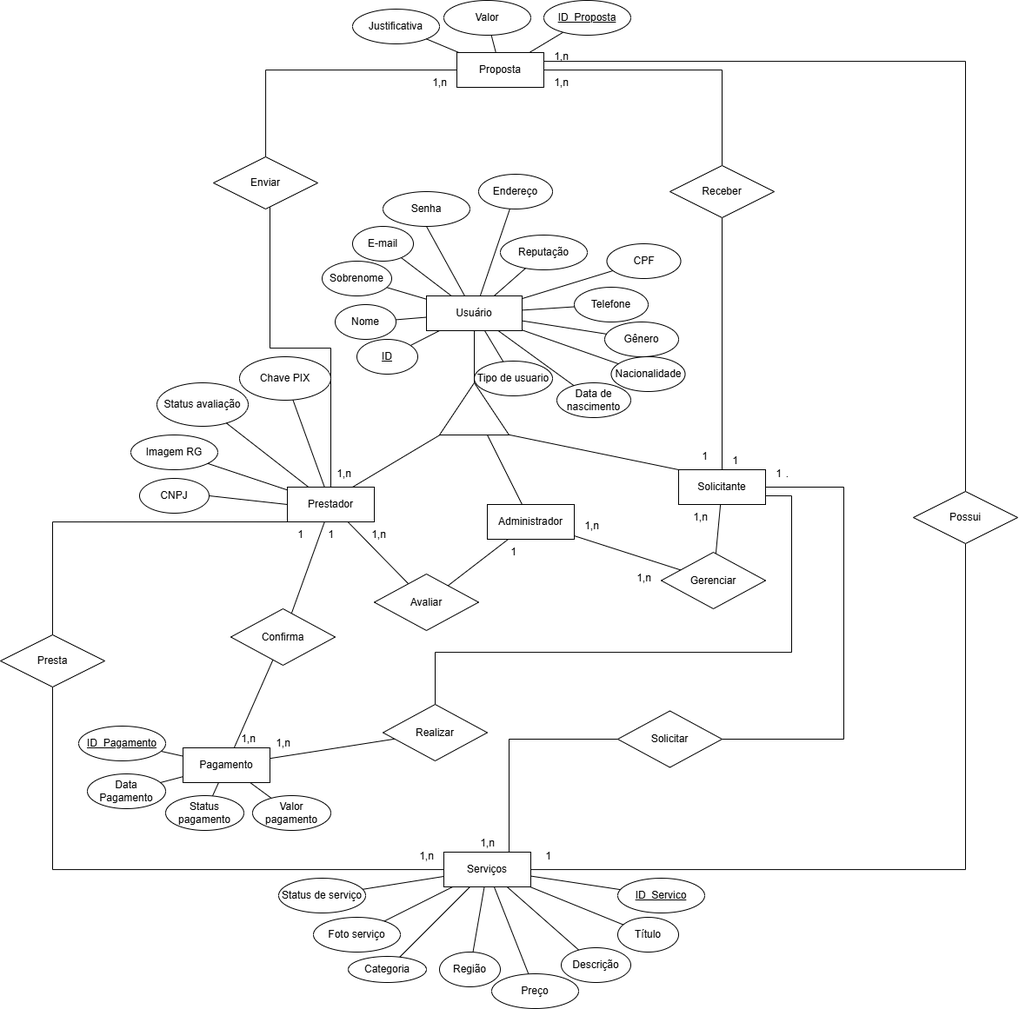
This is DOCUMENTACAO/Banco_de_dados/BD_Chamuze_Conceitual.drawio.png from ChamuZe/ChamuZe, a draw.io export, as it was before one commit. Source tidied: cells renumbered, new cells last; positions are measured from the earlier drawing's top-left corner, leaving out a move shared by most shapes.
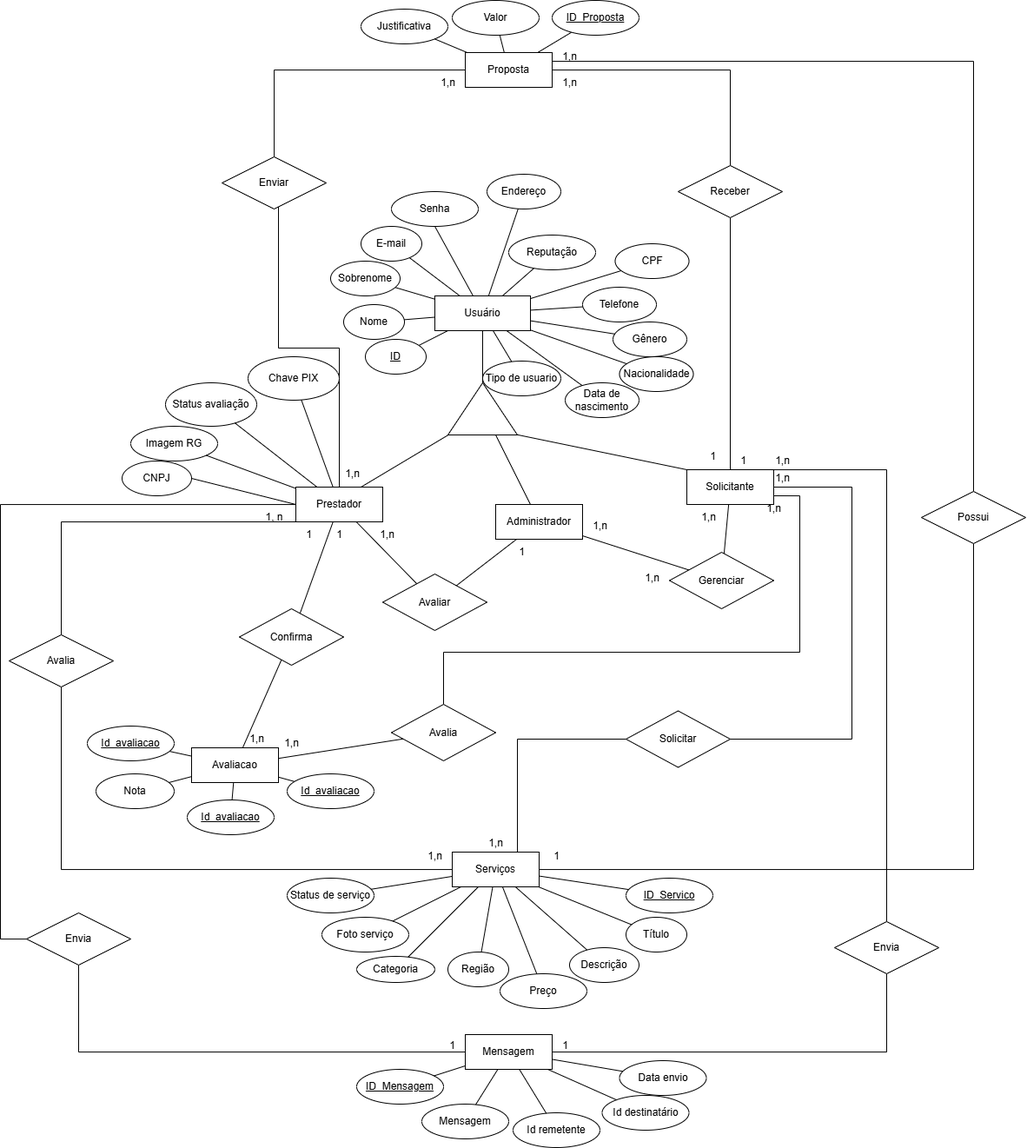
After the change.

Commit message:
- Corrigido erro no envio do cadastro de solicitante.

Diff of the diagram source:
```diff
@@ -57,17 +57,26 @@
         </Array>
       </mxGeometry>
     </mxCell>
+    <mxCell id="125" style="edgeStyle=orthogonalEdgeStyle;rounded=0;jettySize=auto;html=1;endArrow=none;startFill=0;" parent="1" edge="1" source="19" target="131">
+      <mxGeometry relative="1" as="geometry">
+        <Array as="points">
+          <mxPoint x="-10" y="580" />
+          <mxPoint x="-10" y="1080" />
+          <mxPoint x="80" y="1080" />
+        </Array>
+      </mxGeometry>
+    </mxCell>
     <mxCell id="19" value="Prestador" style="whiteSpace=wrap;html=1;align=center;rounded=0;" parent="1" vertex="1">
       <mxGeometry x="330" y="560" width="100" height="40" as="geometry" />
     </mxCell>
     <mxCell id="20" value="CNPJ" style="ellipse;whiteSpace=wrap;html=1;align=center;rounded=0;" parent="1" vertex="1">
-      <mxGeometry x="160" y="550" width="80" height="40" as="geometry" />
+      <mxGeometry x="130" y="530" width="80" height="40" as="geometry" />
     </mxCell>
     <mxCell id="21" value="Senha" style="ellipse;whiteSpace=wrap;html=1;align=center;rounded=0;" parent="1" vertex="1">
       <mxGeometry x="440" y="220" width="100" height="40" as="geometry" />
     </mxCell>
     <mxCell id="22" value="Imagem RG" style="ellipse;whiteSpace=wrap;html=1;align=center;rounded=0;" parent="1" vertex="1">
-      <mxGeometry x="150" y="500" width="100" height="40" as="geometry" />
+      <mxGeometry x="140" y="490" width="100" height="40" as="geometry" />
     </mxCell>
     <mxCell id="23" value="Nome" style="ellipse;whiteSpace=wrap;html=1;rounded=0;" parent="1" vertex="1">
       <mxGeometry x="385" y="350" width="70" height="40" as="geometry" />
@@ -96,6 +105,13 @@
         </Array>
       </mxGeometry>
     </mxCell>
+    <mxCell id="126" style="edgeStyle=orthogonalEdgeStyle;rounded=0;jettySize=auto;html=1;endArrow=none;startFill=0;" parent="1" edge="1" source="30" target="133">
+      <mxGeometry relative="1" as="geometry">
+        <Array as="points">
+          <mxPoint x="1010" y="540" />
+        </Array>
+      </mxGeometry>
+    </mxCell>
     <mxCell id="30" value="Solicitante" style="whiteSpace=wrap;html=1;align=center;rounded=0;" parent="1" vertex="1">
       <mxGeometry x="780" y="540" width="100" height="40" as="geometry" />
     </mxCell>
@@ -114,33 +130,27 @@
     <mxCell id="35" style="rounded=0;jettySize=auto;html=1;endArrow=none;startFill=0;" parent="1" edge="1" source="39" target="42">
       <mxGeometry relative="1" as="geometry" />
     </mxCell>
-    <mxCell id="36" style="rounded=0;jettySize=auto;html=1;endArrow=none;startFill=0;" parent="1" edge="1" source="39" target="43">
+    <mxCell id="36" style="rounded=0;jettySize=auto;html=1;endArrow=none;startFill=0;" parent="1" edge="1" source="39" target="127">
       <mxGeometry relative="1" as="geometry" />
     </mxCell>
-    <mxCell id="37" style="rounded=0;jettySize=auto;html=1;endArrow=none;startFill=0;" parent="1" edge="1" source="39" target="44">
+    <mxCell id="37" style="rounded=0;jettySize=auto;html=1;endArrow=none;startFill=0;" parent="1" edge="1" source="39" target="128">
       <mxGeometry relative="1" as="geometry" />
     </mxCell>
     <mxCell id="38" style="rounded=0;jettySize=auto;html=1;endArrow=none;startFill=0;" parent="1" edge="1" source="39" target="45">
       <mxGeometry relative="1" as="geometry" />
     </mxCell>
-    <mxCell id="39" value="Pagamento" style="whiteSpace=wrap;html=1;align=center;" parent="1" vertex="1">
+    <mxCell id="39" value="Avaliacao" style="whiteSpace=wrap;html=1;align=center;" parent="1" vertex="1">
       <mxGeometry x="210" y="860" width="100" height="40" as="geometry" />
     </mxCell>
     <mxCell id="40" style="rounded=0;jettySize=auto;html=1;endArrow=none;startFill=0;" parent="1" edge="1" source="41" target="39">
       <mxGeometry relative="1" as="geometry" />
     </mxCell>
-    <mxCell id="41" value="ID_Pagamento" style="ellipse;whiteSpace=wrap;html=1;align=center;fontStyle=4;rounded=0;" parent="1" vertex="1">
+    <mxCell id="41" value="Id_avaliacao" style="ellipse;whiteSpace=wrap;html=1;align=center;fontStyle=4;rounded=0;" parent="1" vertex="1">
       <mxGeometry x="90" y="835" width="100" height="40" as="geometry" />
     </mxCell>
-    <mxCell id="42" value="Data Pagamento" style="ellipse;whiteSpace=wrap;html=1;rounded=0;" parent="1" vertex="1">
+    <mxCell id="42" value="Nota" style="ellipse;whiteSpace=wrap;html=1;rounded=0;" parent="1" vertex="1">
       <mxGeometry x="100" y="890" width="90" height="40" as="geometry" />
     </mxCell>
-    <mxCell id="43" value="Status pagamento" style="ellipse;whiteSpace=wrap;html=1;rounded=0;" parent="1" vertex="1">
-      <mxGeometry x="190" y="915" width="90" height="40" as="geometry" />
-    </mxCell>
-    <mxCell id="44" value="Valor pagamento" style="ellipse;whiteSpace=wrap;html=1;rounded=0;" parent="1" vertex="1">
-      <mxGeometry x="290" y="915" width="90" height="40" as="geometry" />
-    </mxCell>
     <mxCell id="45" value="Confirma" style="shape=rhombus;perimeter=rhombusPerimeter;whiteSpace=wrap;html=1;align=center;" parent="1" vertex="1">
       <mxGeometry x="265" y="700" width="120" height="65" as="geometry" />
     </mxCell>
@@ -210,7 +220,7 @@
     <mxCell id="64" style="rounded=0;jettySize=auto;html=1;endArrow=none;startFill=0;" parent="1" edge="1" source="65" target="39">
       <mxGeometry relative="1" as="geometry" />
     </mxCell>
-    <mxCell id="65" value="Realizar" style="shape=rhombus;perimeter=rhombusPerimeter;whiteSpace=wrap;html=1;align=center;" parent="1" vertex="1">
+    <mxCell id="65" value="Avalia" style="shape=rhombus;perimeter=rhombusPerimeter;whiteSpace=wrap;html=1;align=center;" parent="1" vertex="1">
       <mxGeometry x="440" y="810" width="120" height="65" as="geometry" />
     </mxCell>
     <mxCell id="66" style="rounded=0;jettySize=auto;html=1;endArrow=none;startFill=0;" parent="1" edge="1" source="67" target="30">
@@ -235,7 +245,7 @@
         </Array>
       </mxGeometry>
     </mxCell>
-    <mxCell id="72" value="Presta" style="shape=rhombus;perimeter=rhombusPerimeter;whiteSpace=wrap;html=1;align=center;" parent="1" vertex="1">
+    <mxCell id="72" value="Avalia" style="shape=rhombus;perimeter=rhombusPerimeter;whiteSpace=wrap;html=1;align=center;" parent="1" vertex="1">
       <mxGeometry y="730" width="120" height="60" as="geometry" />
     </mxCell>
     <mxCell id="73" value="Solicitar" style="shape=rhombus;perimeter=rhombusPerimeter;whiteSpace=wrap;html=1;align=center;" parent="1" vertex="1">
@@ -247,8 +257,8 @@
     <mxCell id="75" value="1,n" style="text;html=1;align=center;verticalAlign=middle;strokeColor=none;fillColor=none;" parent="1" vertex="1">
       <mxGeometry x="540" y="955" width="40" height="30" as="geometry" />
     </mxCell>
-    <mxCell id="76" value="1" style="text;html=1;align=center;verticalAlign=middle;strokeColor=none;fillColor=none;" parent="1" vertex="1">
-      <mxGeometry x="880" y="530" width="30" height="30" as="geometry" />
+    <mxCell id="76" value="1,n" style="text;html=1;align=center;verticalAlign=middle;strokeColor=none;fillColor=none;" parent="1" vertex="1">
+      <mxGeometry x="870" y="515" width="40" height="30" as="geometry" />
     </mxCell>
     <mxCell id="77" value="1,n" style="text;html=1;align=center;verticalAlign=middle;strokeColor=none;fillColor=none;" parent="1" vertex="1">
       <mxGeometry x="785" y="580" width="40" height="30" as="geometry" />
@@ -315,9 +325,6 @@
     <mxCell id="95" value="1" style="text;html=1;align=center;verticalAlign=middle;strokeColor=none;fillColor=none;" parent="1" vertex="1">
       <mxGeometry x="795" y="510" width="30" height="30" as="geometry" />
     </mxCell>
-    <mxCell id="96" value="." style="text;html=1;align=center;verticalAlign=middle;strokeColor=none;fillColor=none;" parent="1" vertex="1">
-      <mxGeometry x="890" y="530" width="30" height="30" as="geometry" />
-    </mxCell>
     <mxCell id="97" value="1,n" style="text;html=1;align=center;verticalAlign=middle;strokeColor=none;fillColor=none;" parent="1" vertex="1">
       <mxGeometry x="305" y="840" width="40" height="30" as="geometry" />
     </mxCell>
@@ -415,5 +422,79 @@
     <mxCell id="124" style="endArrow=none;html=1;rounded=0;" parent="1" edge="1" source="48" target="123">
       <mxGeometry relative="1" as="geometry" />
     </mxCell>
+    <mxCell id="127" value="Id_avaliacao" style="ellipse;whiteSpace=wrap;html=1;align=center;fontStyle=4;rounded=0;" parent="1" vertex="1">
+      <mxGeometry x="205" y="920" width="100" height="40" as="geometry" />
+    </mxCell>
+    <mxCell id="128" value="Id_avaliacao" style="ellipse;whiteSpace=wrap;html=1;align=center;fontStyle=4;rounded=0;" parent="1" vertex="1">
+      <mxGeometry x="320" y="890" width="100" height="40" as="geometry" />
+    </mxCell>
+    <mxCell id="129" value="Mensagem" style="whiteSpace=wrap;html=1;align=center;rounded=0;" parent="1" vertex="1">
+      <mxGeometry x="525" y="1190" width="100" height="40" as="geometry" />
+    </mxCell>
+    <mxCell id="130" style="edgeStyle=orthogonalEdgeStyle;rounded=0;jettySize=auto;html=1;endArrow=none;startFill=0;" parent="1" edge="1" source="131" target="129">
+      <mxGeometry relative="1" as="geometry">
+        <Array as="points">
+          <mxPoint x="80" y="1210" />
+        </Array>
+      </mxGeometry>
+    </mxCell>
+    <mxCell id="131" value="Envia" style="shape=rhombus;perimeter=rhombusPerimeter;whiteSpace=wrap;html=1;align=center;" parent="1" vertex="1">
+      <mxGeometry x="20" y="1050" width="120" height="60" as="geometry" />
+    </mxCell>
+    <mxCell id="132" style="edgeStyle=orthogonalEdgeStyle;rounded=0;jettySize=auto;html=1;endArrow=none;startFill=0;" parent="1" edge="1" source="133" target="129">
+      <mxGeometry relative="1" as="geometry">
+        <Array as="points">
+          <mxPoint x="1010" y="1210" />
+        </Array>
+      </mxGeometry>
+    </mxCell>
+    <mxCell id="133" value="Envia" style="shape=rhombus;perimeter=rhombusPerimeter;whiteSpace=wrap;html=1;align=center;" parent="1" vertex="1">
+      <mxGeometry x="950" y="1060" width="120" height="60" as="geometry" />
+    </mxCell>
+    <mxCell id="134" value="1,n" style="text;html=1;align=center;verticalAlign=middle;strokeColor=none;fillColor=none;" parent="1" vertex="1">
+      <mxGeometry x="860" y="570" width="40" height="30" as="geometry" />
+    </mxCell>
+    <mxCell id="135" value="1,n" style="text;html=1;align=center;verticalAlign=middle;strokeColor=none;fillColor=none;" parent="1" vertex="1">
+      <mxGeometry x="870" y="535" width="40" height="30" as="geometry" />
+    </mxCell>
+    <mxCell id="136" value="1" style="text;html=1;align=center;verticalAlign=middle;strokeColor=none;fillColor=none;" parent="1" vertex="1">
+      <mxGeometry x="625" y="1188" width="30" height="30" as="geometry" />
+    </mxCell>
+    <mxCell id="137" value="1" style="text;html=1;align=center;verticalAlign=middle;strokeColor=none;fillColor=none;" parent="1" vertex="1">
+      <mxGeometry x="495" y="1188" width="30" height="30" as="geometry" />
+    </mxCell>
+    <mxCell id="138" value="1, n" style="text;html=1;align=center;verticalAlign=middle;strokeColor=none;fillColor=none;" parent="1" vertex="1">
+      <mxGeometry x="285" y="580" width="40" height="30" as="geometry" />
+    </mxCell>
+    <mxCell id="139" value="ID_Mensagem" style="ellipse;whiteSpace=wrap;html=1;align=center;fontStyle=4;rounded=0;" parent="1" vertex="1">
+      <mxGeometry x="400" y="1230" width="100" height="40" as="geometry" />
+    </mxCell>
+    <mxCell id="140" value="Mensagem" style="ellipse;whiteSpace=wrap;html=1;align=center;rounded=0;" parent="1" vertex="1">
+      <mxGeometry x="475" y="1270" width="100" height="40" as="geometry" />
+    </mxCell>
+    <mxCell id="141" value="Data envio" style="ellipse;whiteSpace=wrap;html=1;align=center;rounded=0;" parent="1" vertex="1">
+      <mxGeometry x="702.5" y="1220" width="100" height="40" as="geometry" />
+    </mxCell>
+    <mxCell id="142" value="Id remetente" style="ellipse;whiteSpace=wrap;html=1;align=center;rounded=0;" parent="1" vertex="1">
+      <mxGeometry x="580" y="1280" width="100" height="40" as="geometry" />
+    </mxCell>
+    <mxCell id="143" value="Id destinatário" style="ellipse;whiteSpace=wrap;html=1;align=center;rounded=0;" parent="1" vertex="1">
+      <mxGeometry x="682.5" y="1260" width="100" height="40" as="geometry" />
+    </mxCell>
+    <mxCell id="144" style="rounded=0;jettySize=auto;html=1;endArrow=none;startFill=0;" parent="1" edge="1" source="129" target="139">
+      <mxGeometry relative="1" as="geometry" />
+    </mxCell>
+    <mxCell id="145" style="rounded=0;jettySize=auto;html=1;endArrow=none;startFill=0;" parent="1" edge="1" source="129" target="140">
+      <mxGeometry relative="1" as="geometry" />
+    </mxCell>
+    <mxCell id="146" style="rounded=0;jettySize=auto;html=1;endArrow=none;startFill=0;" parent="1" edge="1" source="129" target="142">
+      <mxGeometry relative="1" as="geometry" />
+    </mxCell>
+    <mxCell id="147" style="rounded=0;jettySize=auto;html=1;endArrow=none;startFill=0;" parent="1" edge="1" source="129" target="143">
+      <mxGeometry relative="1" as="geometry" />
+    </mxCell>
+    <mxCell id="148" style="rounded=0;jettySize=auto;html=1;endArrow=none;startFill=0;" parent="1" edge="1" source="129" target="141">
+      <mxGeometry relative="1" as="geometry" />
+    </mxCell>
   </root>
 </mxGraphModel>
```
